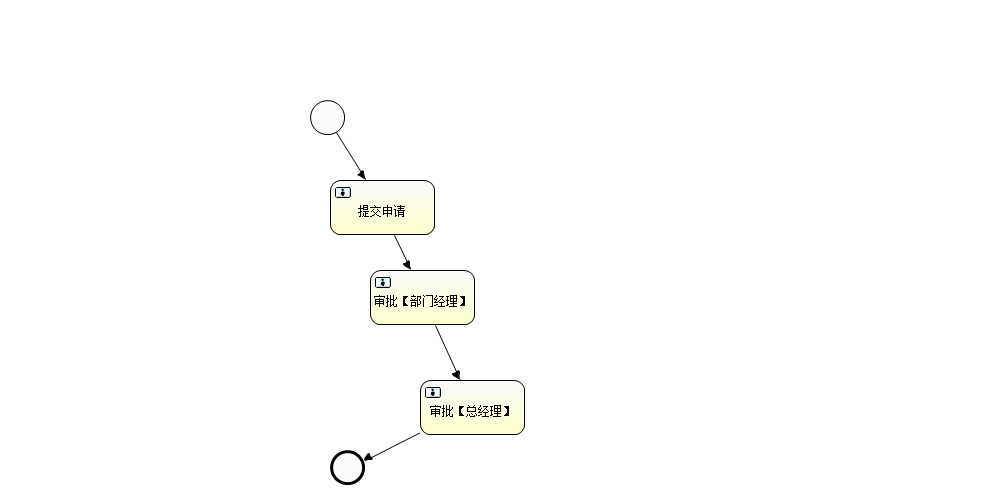
Before: AC/src/main/resources/diagrams/MyProcess1.png, a diagram exported from BPMN (MrZhangshengbaba/Ac). Its source is kept beside it as AC/src/main/resources/diagrams/MyProcess1.bpmn. Ids are renumbered.
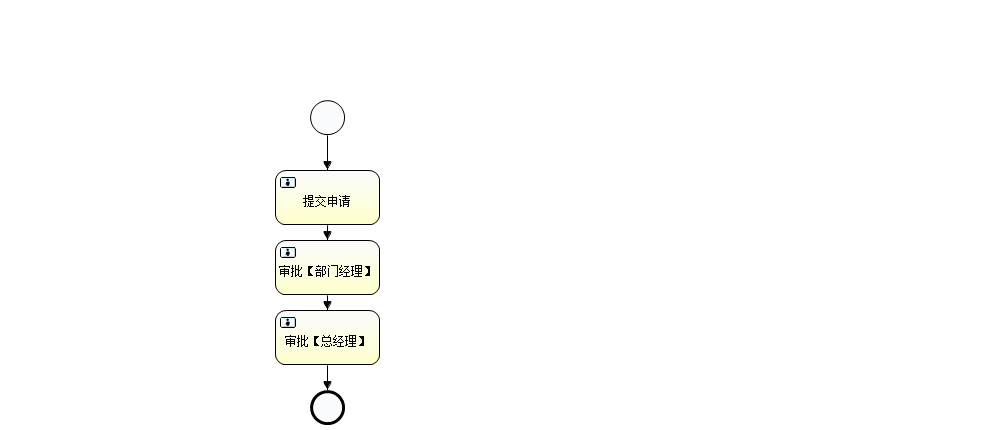
The same diagram one commit later.

Change to the diagram source:
```diff
@@ -16,32 +16,32 @@
         <omgdc:Bounds height="35.0" width="35.0" x="310.0" y="100.0"></omgdc:Bounds>
       </bpmndi:BPMNShape>
       <bpmndi:BPMNShape bpmnElement="endevent1" id="BPMNShape_endevent1">
-        <omgdc:Bounds height="35.0" width="35.0" x="330.0" y="450.0"></omgdc:Bounds>
+        <omgdc:Bounds height="35.0" width="35.0" x="310.0" y="390.0"></omgdc:Bounds>
       </bpmndi:BPMNShape>
       <bpmndi:BPMNShape bpmnElement="usertask1" id="BPMNShape_usertask1">
-        <omgdc:Bounds height="55.0" width="105.0" x="330.0" y="180.0"></omgdc:Bounds>
+        <omgdc:Bounds height="55.0" width="105.0" x="275.0" y="170.0"></omgdc:Bounds>
       </bpmndi:BPMNShape>
       <bpmndi:BPMNShape bpmnElement="usertask2" id="BPMNShape_usertask2">
-        <omgdc:Bounds height="55.0" width="105.0" x="370.0" y="270.0"></omgdc:Bounds>
+        <omgdc:Bounds height="55.0" width="105.0" x="275.0" y="240.0"></omgdc:Bounds>
       </bpmndi:BPMNShape>
       <bpmndi:BPMNShape bpmnElement="usertask3" id="BPMNShape_usertask3">
-        <omgdc:Bounds height="55.0" width="105.0" x="420.0" y="380.0"></omgdc:Bounds>
+        <omgdc:Bounds height="55.0" width="105.0" x="275.0" y="310.0"></omgdc:Bounds>
       </bpmndi:BPMNShape>
       <bpmndi:BPMNEdge bpmnElement="flow1" id="BPMNEdge_flow1">
         <omgdi:waypoint x="327.0" y="135.0"></omgdi:waypoint>
-        <omgdi:waypoint x="382.0" y="180.0"></omgdi:waypoint>
+        <omgdi:waypoint x="327.0" y="170.0"></omgdi:waypoint>
       </bpmndi:BPMNEdge>
       <bpmndi:BPMNEdge bpmnElement="flow2" id="BPMNEdge_flow2">
-        <omgdi:waypoint x="382.0" y="235.0"></omgdi:waypoint>
-        <omgdi:waypoint x="422.0" y="270.0"></omgdi:waypoint>
+        <omgdi:waypoint x="327.0" y="225.0"></omgdi:waypoint>
+        <omgdi:waypoint x="327.0" y="240.0"></omgdi:waypoint>
       </bpmndi:BPMNEdge>
       <bpmndi:BPMNEdge bpmnElement="flow3" id="BPMNEdge_flow3">
-        <omgdi:waypoint x="422.0" y="325.0"></omgdi:waypoint>
-        <omgdi:waypoint x="472.0" y="380.0"></omgdi:waypoint>
+        <omgdi:waypoint x="327.0" y="295.0"></omgdi:waypoint>
+        <omgdi:waypoint x="327.0" y="310.0"></omgdi:waypoint>
       </bpmndi:BPMNEdge>
       <bpmndi:BPMNEdge bpmnElement="flow4" id="BPMNEdge_flow4">
-        <omgdi:waypoint x="472.0" y="435.0"></omgdi:waypoint>
-        <omgdi:waypoint x="347.0" y="450.0"></omgdi:waypoint>
+        <omgdi:waypoint x="327.0" y="365.0"></omgdi:waypoint>
+        <omgdi:waypoint x="327.0" y="390.0"></omgdi:waypoint>
       </bpmndi:BPMNEdge>
     </bpmndi:BPMNPlane>
   </bpmndi:BPMNDiagram>
```
